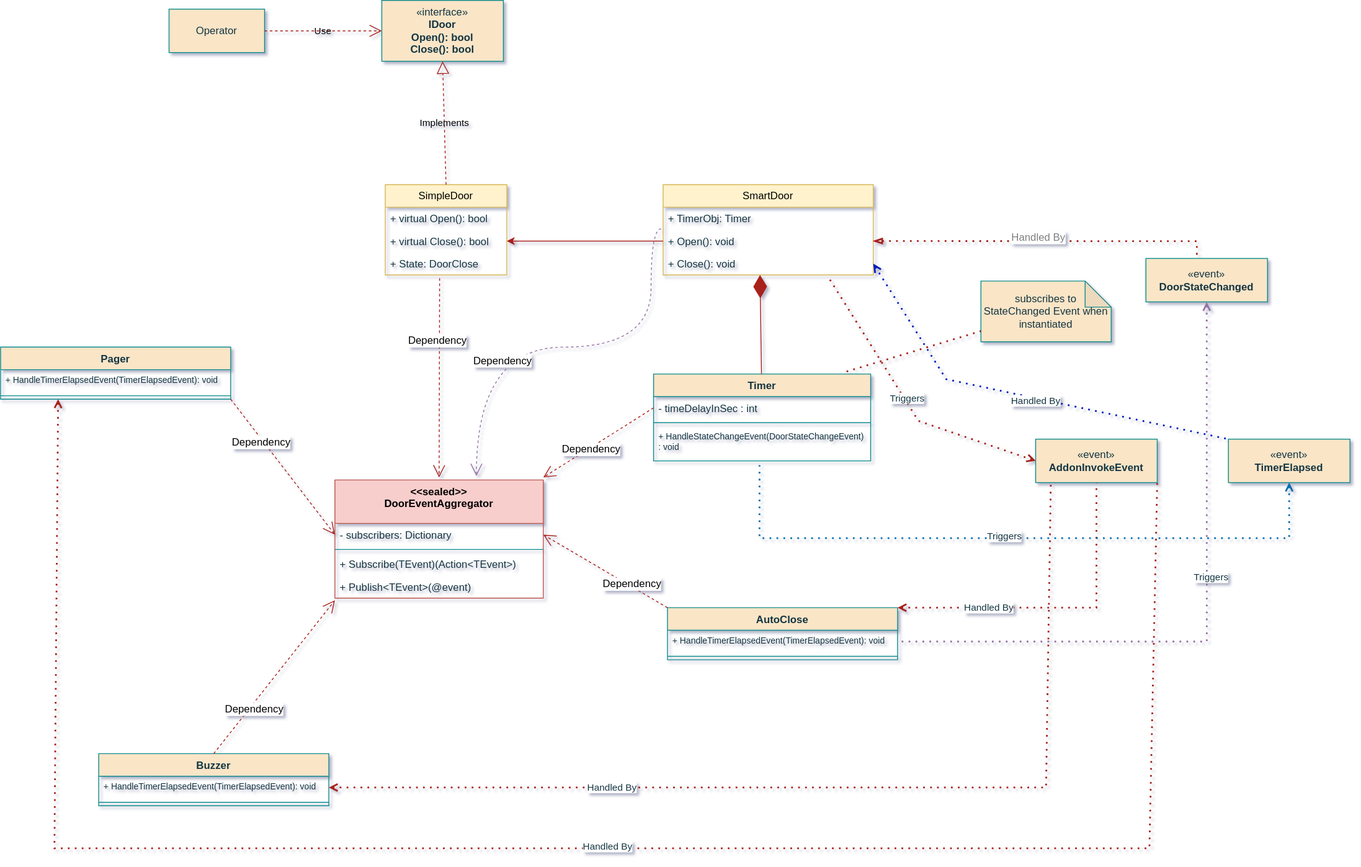
This is DoorModelEventAggregator.drawio.svg from sameert89/DoorEventAggregatorPattern, a draw.io export, as it was before one commit. Source tidied: cells renumbered, new cells last; positions are measured from the earlier drawing's top-left corner, leaving out a move shared by most shapes.
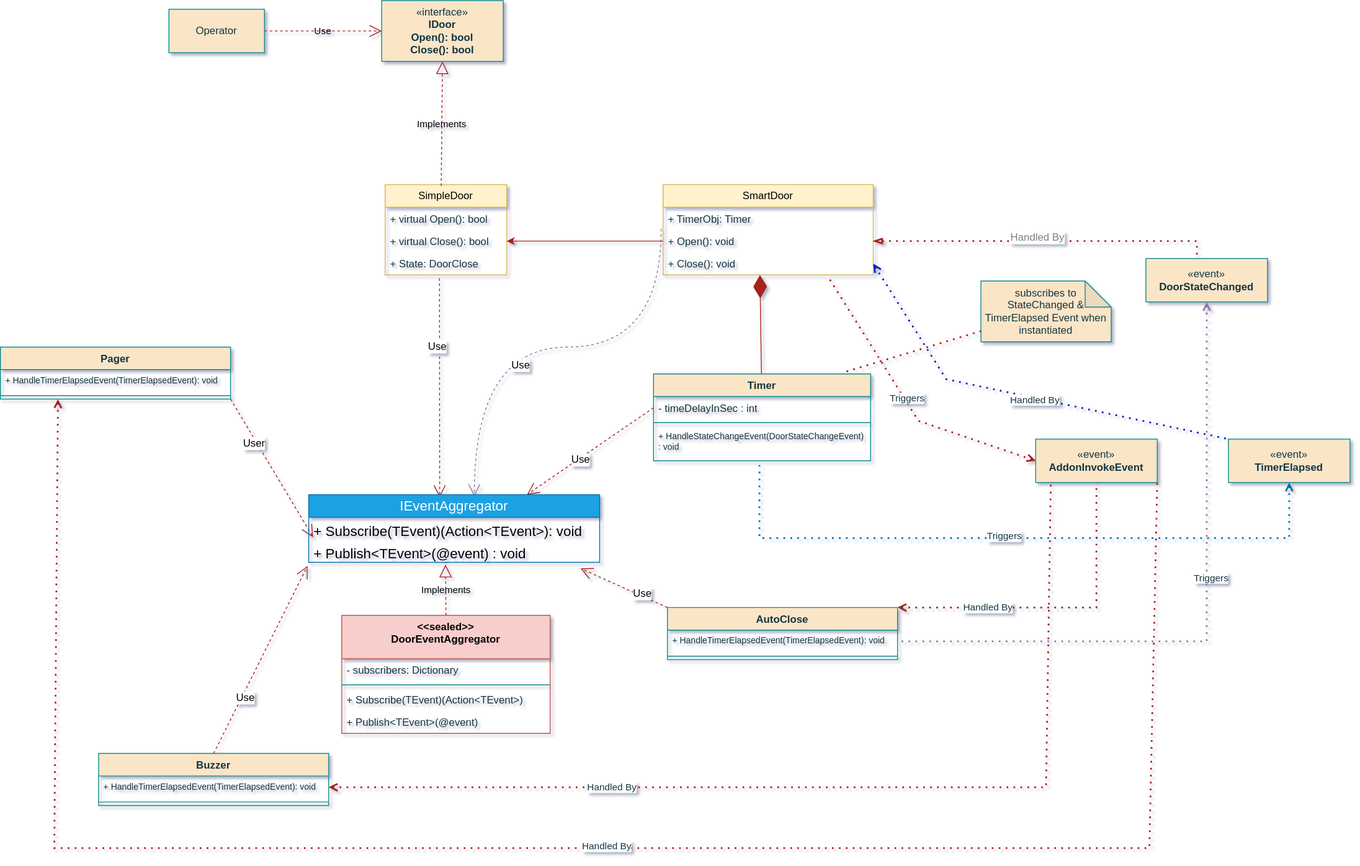
Above is the later version.

Change to the diagram source:
```diff
@@ -47,36 +47,33 @@
     <mxCell id="16" style="endArrow=diamondThin;endFill=1;endSize=24;html=1;rounded=0;entryX=0.461;entryY=1;entryDx=0;entryDy=0;entryPerimeter=0;labelBackgroundColor=none;strokeColor=#A8201A;fontColor=default;" parent="1" edge="1" source="12" target="11">
       <mxGeometry relative="1" as="geometry" />
     </mxCell>
-    <mxCell id="17" style="endArrow=open;endSize=12;dashed=1;html=1;rounded=0;exitX=0.447;exitY=1.143;exitDx=0;exitDy=0;exitPerimeter=0;entryX=0.5;entryY=0;entryDx=0;entryDy=0;labelBackgroundColor=default;strokeColor=#A8201A;fontColor=default;" parent="1" edge="1" source="7">
-      <mxGeometry relative="1" as="geometry">
-        <mxPoint x="505" y="549" as="targetPoint" />
-      </mxGeometry>
+    <mxCell id="17" style="endArrow=open;endSize=12;dashed=1;html=1;rounded=0;exitX=0.447;exitY=1.143;exitDx=0;exitDy=0;exitPerimeter=0;entryX=0.45;entryY=0.043;entryDx=0;entryDy=0;labelBackgroundColor=default;strokeColor=#A8201A;fontColor=default;entryPerimeter=0;" parent="1" edge="1" source="7" target="67">
+      <mxGeometry relative="1" as="geometry" />
     </mxCell>
-    <mxCell id="18" value="Dependency" style="edgeLabel;html=1;align=center;verticalAlign=middle;fontSize=12;" parent="17" vertex="1">
+    <mxCell id="18" value="Use" style="edgeLabel;html=1;align=center;verticalAlign=middle;fontSize=12;" parent="17" vertex="1">
       <mxGeometry x="-0.38" y="-3" relative="1" as="geometry" />
     </mxCell>
-    <mxCell id="19" style="endArrow=open;endSize=12;dashed=1;html=1;rounded=0;exitX=-0.009;exitY=0.959;exitDx=0;exitDy=0;exitPerimeter=0;entryX=0.679;entryY=-0.02;entryDx=0;entryDy=0;entryPerimeter=0;edgeStyle=orthogonalEdgeStyle;elbow=vertical;curved=1;labelBackgroundColor=default;strokeColor=#9673a6;fontColor=default;fillColor=#e1d5e7;" parent="1" edge="1" source="9">
+    <mxCell id="19" style="endArrow=open;endSize=12;dashed=1;html=1;rounded=0;exitX=-0.009;exitY=0.959;exitDx=0;exitDy=0;exitPerimeter=0;entryX=0.569;entryY=0.026;entryDx=0;entryDy=0;entryPerimeter=0;edgeStyle=orthogonalEdgeStyle;elbow=vertical;curved=1;labelBackgroundColor=default;strokeColor=#9673a6;fontColor=default;fillColor=#e1d5e7;" parent="1" edge="1" source="9" target="67">
       <mxGeometry relative="1" as="geometry">
-        <mxPoint x="548" y="547.4" as="targetPoint" />
         <Array as="points">
-          <mxPoint x="749" y="399" />
-          <mxPoint x="548" y="399" />
+          <mxPoint x="761" y="399" />
+          <mxPoint x="546" y="399" />
         </Array>
       </mxGeometry>
     </mxCell>
-    <mxCell id="20" value="Dependency" style="edgeLabel;html=1;align=center;verticalAlign=middle;fontSize=12;" parent="19" vertex="1">
-      <mxGeometry x="0.29" y="15" relative="1" as="geometry" />
+    <mxCell id="20" value="Use" style="edgeLabel;html=1;align=center;verticalAlign=middle;fontSize=12;" parent="19" vertex="1">
+      <mxGeometry x="0.29" y="15" relative="1" as="geometry">
+        <mxPoint x="39" y="5" as="offset" />
+      </mxGeometry>
     </mxCell>
-    <mxCell id="21" style="endArrow=open;endSize=12;dashed=1;html=1;rounded=0;exitX=0;exitY=0.5;exitDx=0;exitDy=0;entryX=1;entryY=0;entryDx=0;entryDy=0;labelBackgroundColor=default;strokeColor=#A8201A;fontColor=default;" parent="1" edge="1" source="13">
-      <mxGeometry relative="1" as="geometry">
-        <mxPoint x="625" y="549" as="targetPoint" />
-      </mxGeometry>
+    <mxCell id="21" style="endArrow=open;endSize=12;dashed=1;html=1;rounded=0;exitX=0;exitY=0.5;exitDx=0;exitDy=0;entryX=0.75;entryY=0;entryDx=0;entryDy=0;labelBackgroundColor=default;strokeColor=#A8201A;fontColor=default;" parent="1" edge="1" source="13" target="67">
+      <mxGeometry relative="1" as="geometry" />
     </mxCell>
-    <mxCell id="22" value="Dependency" style="edgeLabel;html=1;align=center;verticalAlign=middle;fontSize=12;" parent="21" vertex="1">
+    <mxCell id="22" value="Use" style="edgeLabel;html=1;align=center;verticalAlign=middle;fontSize=12;" parent="21" vertex="1">
       <mxGeometry x="0.16" y="1" relative="1" as="geometry" />
     </mxCell>
     <mxCell id="23" value="&amp;lt;&amp;lt;sealed&amp;gt;&amp;gt;&lt;br&gt;DoorEventAggregator" style="swimlane;fontStyle=1;align=center;verticalAlign=top;horizontal=1;startSize=50;whiteSpace=wrap;html=1;labelBackgroundColor=none;fillColor=#f8cecc;strokeColor=#b85450;" parent="1" vertex="1">
-      <mxGeometry x="385" y="552" width="240" height="136" as="geometry" />
+      <mxGeometry x="393" y="708" width="240" height="136" as="geometry" />
     </mxCell>
     <mxCell id="24" value="- subscribers: Dictionary" style="text;strokeColor=none;fillColor=none;align=left;verticalAlign=top;spacingLeft=4;spacingRight=4;overflow=hidden;points=[[0,0.5],[1,0.5]];portConstraint=eastwest;whiteSpace=wrap;html=1;labelBackgroundColor=none;fontColor=#143642;" parent="23" vertex="1">
       <mxGeometry y="50" width="240" height="26" as="geometry" />
@@ -90,7 +87,7 @@
     <mxCell id="27" value="+ Publish&amp;lt;TEvent&amp;gt;(@event)" style="text;strokeColor=none;fillColor=none;align=left;verticalAlign=top;spacingLeft=4;spacingRight=4;overflow=hidden;points=[[0,0.5],[1,0.5]];portConstraint=eastwest;whiteSpace=wrap;html=1;labelBackgroundColor=none;fontColor=#143642;" parent="23" vertex="1">
       <mxGeometry y="110" width="240" height="26" as="geometry" />
     </mxCell>
-    <mxCell id="28" value="subscribes to StateChanged Event when instantiated" style="shape=note;whiteSpace=wrap;html=1;backgroundOutline=1;darkOpacity=0.05;labelBackgroundColor=none;fillColor=#FAE5C7;strokeColor=#0F8B8D;fontColor=#143642;" parent="1" vertex="1">
+    <mxCell id="28" value="subscribes to StateChanged &amp;amp; TimerElapsed Event when instantiated" style="shape=note;whiteSpace=wrap;html=1;backgroundOutline=1;darkOpacity=0.05;labelBackgroundColor=none;fillColor=#FAE5C7;strokeColor=#0F8B8D;fontColor=#143642;" parent="1" vertex="1">
       <mxGeometry x="1129" y="323" width="150" height="70" as="geometry" />
     </mxCell>
     <mxCell id="29" style="endArrow=none;dashed=1;html=1;dashPattern=1 3;strokeWidth=2;rounded=0;exitX=0.889;exitY=-0.028;exitDx=0;exitDy=0;exitPerimeter=0;startArrow=none;startFill=0;labelBackgroundColor=none;strokeColor=#A8201A;fontColor=default;" parent="1" edge="1" source="12" target="28">
@@ -99,7 +96,7 @@
     <mxCell id="30" value="«interface»&lt;br&gt;&lt;b&gt;IDoor&lt;br&gt;Open(): bool&lt;br&gt;Close(): bool&lt;br&gt;&lt;/b&gt;" style="html=1;whiteSpace=wrap;labelBackgroundColor=none;fillColor=#FAE5C7;strokeColor=#0F8B8D;fontColor=#143642;" parent="1" vertex="1">
       <mxGeometry x="439" width="140" height="70" as="geometry" />
     </mxCell>
-    <mxCell id="31" value="Implements" style="endArrow=block;dashed=1;endFill=0;endSize=12;html=1;rounded=0;entryX=0.5;entryY=1;entryDx=0;entryDy=0;exitX=0.5;exitY=0;exitDx=0;exitDy=0;labelBackgroundColor=none;strokeColor=#A8201A;fontColor=default;" parent="1" edge="1" source="4" target="30">
+    <mxCell id="31" value="Implements" style="endArrow=block;dashed=1;endFill=0;endSize=12;html=1;rounded=0;entryX=0.47;entryY=1.103;entryDx=0;entryDy=0;exitX=0.5;exitY=0;exitDx=0;exitDy=0;labelBackgroundColor=none;strokeColor=#A8201A;fontColor=default;entryPerimeter=0;" parent="1" edge="1" source="23" target="69">
       <mxGeometry relative="1" as="geometry" />
     </mxCell>
     <mxCell id="32" value="Operator" style="html=1;whiteSpace=wrap;labelBackgroundColor=none;fillColor=#FAE5C7;strokeColor=#0F8B8D;fontColor=#143642;" parent="1" vertex="1">
@@ -195,22 +192,26 @@
     <mxCell id="55" value="Handled By" style="edgeLabel;html=1;align=center;verticalAlign=middle;fontSize=12;fontColor=#808080;" parent="54" vertex="1">
       <mxGeometry x="-0.04" y="5" relative="1" as="geometry" />
     </mxCell>
-    <mxCell id="56" style="endArrow=open;endSize=12;dashed=1;html=1;rounded=0;exitX=1;exitY=1;exitDx=0;exitDy=0;entryX=0;entryY=0.5;entryDx=0;entryDy=0;labelBackgroundColor=default;strokeColor=#A8201A;fontColor=default;" parent="1" edge="1" source="40" target="24">
-      <mxGeometry relative="1" as="geometry" />
+    <mxCell id="56" style="endArrow=open;endSize=12;dashed=1;html=1;rounded=0;exitX=1;exitY=1;exitDx=0;exitDy=0;labelBackgroundColor=default;strokeColor=#A8201A;fontColor=default;" parent="1" edge="1" source="40">
+      <mxGeometry relative="1" as="geometry">
+        <mxPoint x="360" y="618" as="targetPoint" />
+      </mxGeometry>
     </mxCell>
-    <mxCell id="57" value="Dependency" style="edgeLabel;html=1;align=center;verticalAlign=middle;fontSize=12;" parent="56" vertex="1">
+    <mxCell id="57" value="User" style="edgeLabel;html=1;align=center;verticalAlign=middle;fontSize=12;" parent="56" vertex="1">
       <mxGeometry x="-0.38" y="-3" relative="1" as="geometry" />
     </mxCell>
-    <mxCell id="58" style="endArrow=open;endSize=12;dashed=1;html=1;rounded=0;exitX=0.5;exitY=0;exitDx=0;exitDy=0;entryX=0;entryY=1.096;entryDx=0;entryDy=0;labelBackgroundColor=default;strokeColor=#A8201A;fontColor=default;entryPerimeter=0;" parent="1" edge="1" source="37" target="27">
+    <mxCell id="58" style="endArrow=open;endSize=12;dashed=1;html=1;rounded=0;exitX=0.5;exitY=0;exitDx=0;exitDy=0;labelBackgroundColor=default;strokeColor=#A8201A;fontColor=default;entryX=-0.004;entryY=1.154;entryDx=0;entryDy=0;entryPerimeter=0;" parent="1" edge="1" source="37" target="69">
       <mxGeometry relative="1" as="geometry" />
     </mxCell>
-    <mxCell id="59" value="Dependency" style="edgeLabel;html=1;align=center;verticalAlign=middle;fontSize=12;" parent="58" vertex="1">
+    <mxCell id="59" value="Use" style="edgeLabel;html=1;align=center;verticalAlign=middle;fontSize=12;" parent="58" vertex="1">
       <mxGeometry x="-0.38" y="-3" relative="1" as="geometry" />
     </mxCell>
-    <mxCell id="60" style="endArrow=open;endSize=12;dashed=1;html=1;rounded=0;exitX=0;exitY=0;exitDx=0;exitDy=0;entryX=1;entryY=0.5;entryDx=0;entryDy=0;labelBackgroundColor=default;strokeColor=#A8201A;fontColor=default;" parent="1" edge="1" source="43" target="24">
-      <mxGeometry relative="1" as="geometry" />
+    <mxCell id="60" style="endArrow=open;endSize=12;dashed=1;html=1;rounded=0;exitX=0;exitY=0;exitDx=0;exitDy=0;labelBackgroundColor=default;strokeColor=#A8201A;fontColor=default;" parent="1" edge="1" source="43">
+      <mxGeometry relative="1" as="geometry">
+        <mxPoint x="668" y="654" as="targetPoint" />
+      </mxGeometry>
     </mxCell>
-    <mxCell id="61" value="Dependency" style="edgeLabel;html=1;align=center;verticalAlign=middle;fontSize=12;" parent="60" vertex="1">
+    <mxCell id="61" value="Use" style="edgeLabel;html=1;align=center;verticalAlign=middle;fontSize=12;" parent="60" vertex="1">
       <mxGeometry x="-0.38" y="-3" relative="1" as="geometry" />
     </mxCell>
     <mxCell id="62" value="«event»&lt;br&gt;&lt;b&gt;TimerElapsed&lt;/b&gt;" style="html=1;whiteSpace=wrap;labelBackgroundColor=none;fillColor=#FAE5C7;strokeColor=#0F8B8D;fontColor=#143642;" parent="1" vertex="1">
@@ -238,5 +239,17 @@
     <mxCell id="66" value="Triggers" style="edgeLabel;html=1;align=center;verticalAlign=middle;labelBackgroundColor=default;fontColor=#143642;" parent="65" vertex="1">
       <mxGeometry x="0.04" y="-3" relative="1" as="geometry" />
     </mxCell>
+    <mxCell id="67" value="IEventAggregator" style="swimlane;fontStyle=0;horizontal=1;startSize=26;fillColor=#1ba1e2;whiteSpace=wrap;html=1;fontSize=16;fontColor=#ffffff;strokeColor=#006EAF;" parent="1" vertex="1">
+      <mxGeometry x="355" y="569" width="335" height="78" as="geometry" />
+    </mxCell>
+    <mxCell id="68" value="+ Subscribe(TEvent)(Action&amp;lt;TEvent&amp;gt;): void" style="text;strokeColor=none;fillColor=none;align=left;verticalAlign=top;spacingLeft=4;spacingRight=4;overflow=hidden;whiteSpace=wrap;html=1;fontSize=16;" parent="67" vertex="1">
+      <mxGeometry y="26" width="335" height="26" as="geometry" />
+    </mxCell>
+    <mxCell id="69" value="+ Publish&amp;lt;TEvent&amp;gt;(@event) : void" style="text;strokeColor=none;fillColor=none;align=left;verticalAlign=top;spacingLeft=4;spacingRight=4;overflow=hidden;points=[[0,0.5],[1,0.5]];portConstraint=eastwest;whiteSpace=wrap;html=1;fontSize=16;" parent="67" vertex="1">
+      <mxGeometry y="52" width="335" height="26" as="geometry" />
+    </mxCell>
+    <mxCell id="70" value="Implements" style="endArrow=block;dashed=1;endFill=0;endSize=12;html=1;rounded=0;labelBackgroundColor=none;strokeColor=#A8201A;fontColor=default;entryX=0.5;entryY=1;entryDx=0;entryDy=0;exitX=0.461;exitY=0.014;exitDx=0;exitDy=0;exitPerimeter=0;" parent="1" edge="1" source="4" target="30">
+      <mxGeometry relative="1" as="geometry" />
+    </mxCell>
   </root>
 </mxGraphModel>
```
